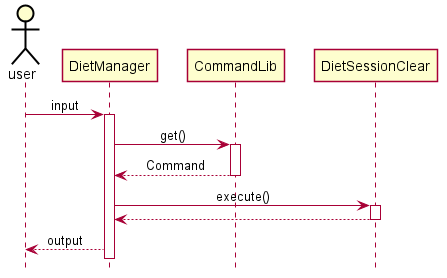
zsk612/tp keeps this PlantUML diagram as docs/pictures/Zeon/DietSessionClear.png. Above is the earlier version.
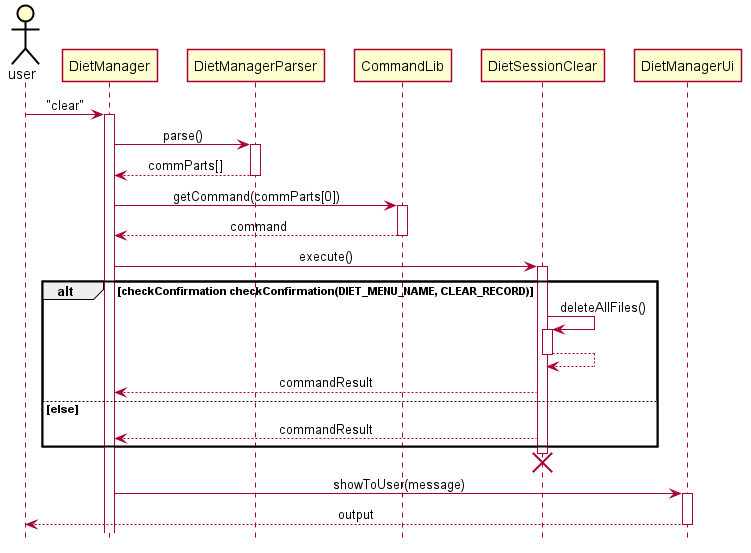
Above is the later version.

What changed in the source:
```diff
@@ -42,19 +42,33 @@
 hide circle
 
 actor user
-user -> DietManager : input
+user -> DietManager : "clear"
 activate DietManager
-
-DietManager -> CommandLib : get()
+DietManager -> DietManagerParser : parse()
+activate DietManagerParser
+DietManagerParser --> DietManager : commParts[]
+deactivate DietManagerParser
+DietManager -> CommandLib : getCommand(commParts[0])
 activate CommandLib
-CommandLib --> DietManager : Command
+CommandLib --> DietManager : command
 deactivate CommandLib
 
 DietManager -> DietSessionClear : execute()
 activate DietSessionClear
+alt checkConfirmation checkConfirmation(DIET_MENU_NAME, CLEAR_RECORD)
+DietSessionClear -> DietSessionClear : deleteAllFiles()
+activate DietSessionClear
+DietSessionClear --> DietSessionClear
+deactivate DietSessionClear
+DietSessionClear --> DietManager : commandResult
+else else
+DietSessionClear --> DietManager : commandResult
+end
 
-DietSessionClear --> DietManager
 deactivate DietSessionClear
-
-DietManager --> user : output
+destroy DietSessionClear
+DietManager -> DietManagerUi : showToUser(message)
+activate DietManagerUi
+DietManagerUi --> user : output
+deactivate DietManagerUi
 @enduml
```
